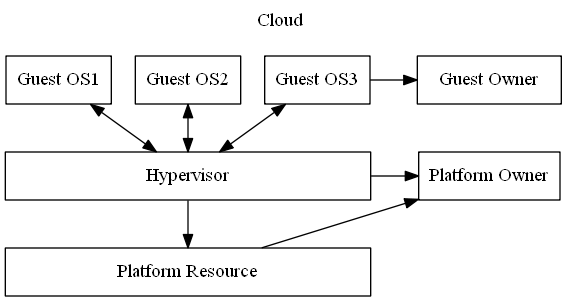
Before: cloud_owner.png, a diagram exported from Graphviz (fengharry/draw). Its source is kept beside it as cloud_owner.gv. Source of this version:
```dot
digraph cloud_owner{
	node[shape = box];
	label = "Cloud \n "; labelloc = t;

	guest_os1[label = "Guest OS1"];
	guest_os2[label = "Guest OS2"];
	guest_os3[label = "Guest OS3"];
	hypervisor[label = "Hypervisor", width = 3.8];
	platform_resource[label = "Platform Resource", width = 3.8];
	guest_owner[label = "Guest Owner"; width = 1.5];
	platform_owner[label = "Platform Owner"];

	guest_os1 -> hypervisor[dir = both;];
	guest_os2 -> hypervisor[dir = both;];
	guest_os3 -> hypervisor[dir = both;];
	hypervisor -> platform_resource[weight = 8];

	{rank = same; guest_os3 -> guest_owner[minlen = 2]}
	{rank = same; hypervisor -> platform_owner[minlen = 2]}

	platform_resource -> platform_owner;

}
```
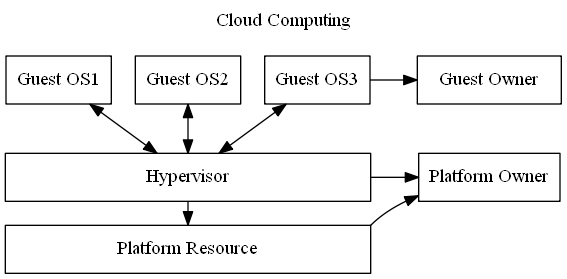
The same diagram one commit later.

The edit, as a diff of the source:
```diff
@@ -1,23 +1,23 @@
 digraph cloud_owner{
 	node[shape = box];
-	label = "Cloud \n "; labelloc = t;
+	label = "Cloud Computing\n "; labelloc = t;
+	ranksep = 0.25;
 
 	guest_os1[label = "Guest OS1"];
 	guest_os2[label = "Guest OS2"];
 	guest_os3[label = "Guest OS3"];
-	hypervisor[label = "Hypervisor", width = 3.8];
-	platform_resource[label = "Platform Resource", width = 3.8];
+	hypervisor[label = "Hypervisor"; width = 3.8];
+	platform_resource[label = "Platform Resource"; width = 3.8];
 	guest_owner[label = "Guest Owner"; width = 1.5];
 	platform_owner[label = "Platform Owner"];
 
-	guest_os1 -> hypervisor[dir = both;];
-	guest_os2 -> hypervisor[dir = both;];
-	guest_os3 -> hypervisor[dir = both;];
+	guest_os1 -> hypervisor[dir = both; minlen = 2];
+	guest_os2 -> hypervisor[dir = both; minlen = 2];
+	guest_os3 -> hypervisor[dir = both; minlen = 2];
 	hypervisor -> platform_resource[weight = 8];
 
 	{rank = same; guest_os3 -> guest_owner[minlen = 2]}
 	{rank = same; hypervisor -> platform_owner[minlen = 2]}
 
-	platform_resource -> platform_owner;
-
+	platform_resource -> platform_owner[tailport = ne];
 }
```
